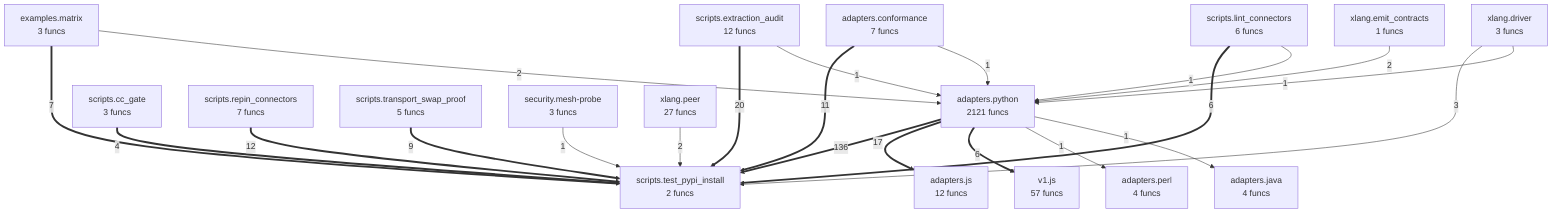
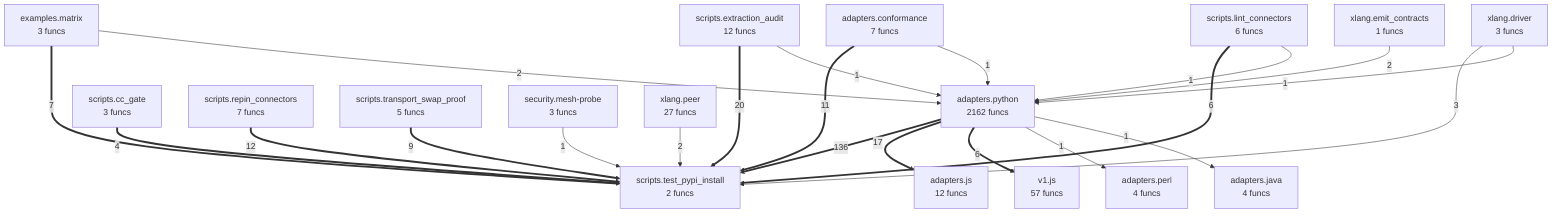
flowchart TD
%% generated in 0.09s
    adapters__conformance["adapters.conformance<br/>7 funcs"]
    adapters__java["adapters.java<br/>4 funcs"]
    adapters__js["adapters.js<br/>12 funcs"]
    adapters__perl["adapters.perl<br/>4 funcs"]
-     adapters__python["adapters.python<br/>2121 funcs"]
+     adapters__python["adapters.python<br/>2162 funcs"]
    examples__matrix["examples.matrix<br/>3 funcs"]
    scripts__cc_gate["scripts.cc_gate<br/>3 funcs"]
    scripts__extraction_audit["scripts.extraction_audit<br/>12 funcs"]
    scripts__lint_connectors["scripts.lint_connectors<br/>6 funcs"]
    scripts__repin_connectors["scripts.repin_connectors<br/>7 funcs"]
    scripts__test_pypi_install["scripts.test_pypi_install<br/>2 funcs"]
    scripts__transport_swap_proof["scripts.transport_swap_proof<br/>5 funcs"]
    security__mesh_probe["security.mesh-probe<br/>3 funcs"]
    v1__js["v1.js<br/>57 funcs"]
    xlang__driver["xlang.driver<br/>3 funcs"]
    xlang__emit_contracts["xlang.emit_contracts<br/>1 funcs"]
    xlang__peer["xlang.peer<br/>27 funcs"]
    adapters__python ==>|136| scripts__test_pypi_install
    scripts__extraction_audit ==>|20| scripts__test_pypi_install
    adapters__python ==>|17| adapters__js
    scripts__repin_connectors ==>|12| scripts__test_pypi_install
    adapters__conformance ==>|11| scripts__test_pypi_install
    scripts__transport_swap_proof ==>|9| scripts__test_pypi_install
    examples__matrix ==>|7| scripts__test_pypi_install
    scripts__lint_connectors ==>|6| scripts__test_pypi_install
    adapters__python ==>|6| v1__js
    scripts__cc_gate ==>|4| scripts__test_pypi_install
    xlang__driver -->|3| scripts__test_pypi_install
    examples__matrix -->|2| adapters__python
    xlang__emit_contracts -->|2| adapters__python
    xlang__peer -->|2| scripts__test_pypi_install
    security__mesh_probe -->|1| scripts__test_pypi_install
    scripts__lint_connectors -->|1| adapters__python
    scripts__extraction_audit -->|1| adapters__python
    adapters__conformance -->|1| adapters__python
    adapters__python -->|1| adapters__perl
    adapters__python -->|1| adapters__java
    xlang__driver -->|1| adapters__python
